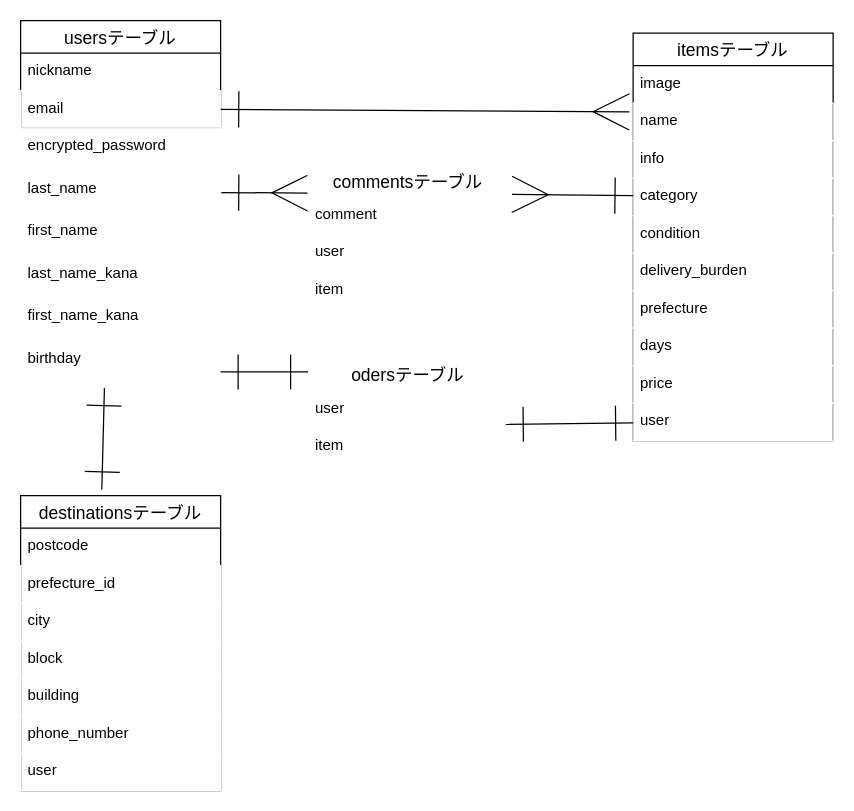
The draw.io diagram ER.dio in itsuto/furima-37896, before the edit. Source tidied: cells renumbered, new cells numbered last; positions are measured from the earlier drawing's top-left corner, leaving out a move shared by most shapes. Both pictures are drawn from the tidied source at 125%, with x=0, y=0 at pixel (20, 20).
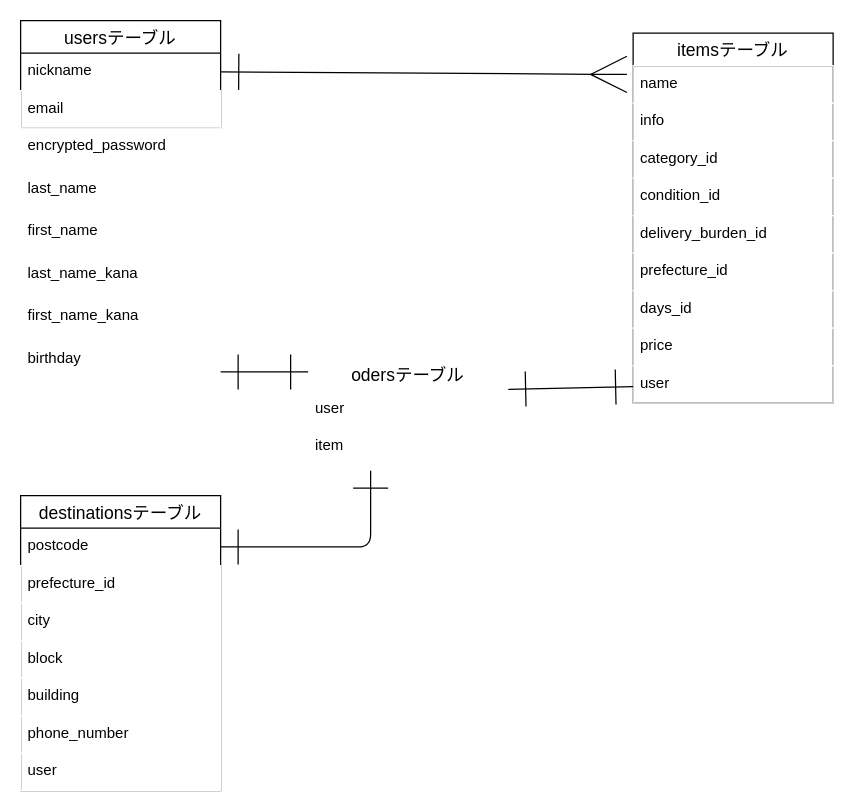
The same diagram, later.

Unchanged cells that the change refers to:
```xml
<mxCell id="3" value="nickname" style="text;strokeColor=none;fillColor=none;spacingLeft=4;spacingRight=4;overflow=hidden;points=[[0,0.5],[1,0.5]];portConstraint=eastwest;fontSize=12;" parent="2" vertex="1">
  <mxGeometry y="26" width="160" height="30" as="geometry" />
</mxCell>
<mxCell id="4" value="email" style="text;strokeColor=#FFFFFF;fillColor=none;spacingLeft=4;spacingRight=4;overflow=hidden;points=[[0,0.5],[1,0.5]];portConstraint=eastwest;fontSize=12;" parent="2" vertex="1">
  <mxGeometry y="56" width="160" height="30" as="geometry" />
</mxCell>
<mxCell id="7" value="last_name" style="text;strokeColor=#FFFFFF;fillColor=none;spacingLeft=4;spacingRight=4;overflow=hidden;points=[[0,0.5],[1,0.5]];portConstraint=eastwest;fontSize=12;" parent="1" vertex="1">
  <mxGeometry y="120" width="160" height="34" as="geometry" />
</mxCell>
<mxCell id="11" value="birthday" style="text;strokeColor=#FFFFFF;fillColor=none;spacingLeft=4;spacingRight=4;overflow=hidden;points=[[0,0.5],[1,0.5]];portConstraint=eastwest;fontSize=12;" parent="1" vertex="1">
  <mxGeometry y="256" width="160" height="34" as="geometry" />
</mxCell>
<mxCell id="27" value="destinationsテーブル" style="swimlane;fontStyle=0;horizontal=1;startSize=26;align=center;fontSize=14;" parent="1" vertex="1">
  <mxGeometry y="380" width="160" height="236" as="geometry" />
</mxCell>
<mxCell id="28" value="postcode" style="text;strokeColor=none;fillColor=none;spacingLeft=4;spacingRight=4;overflow=hidden;points=[[0,0.5],[1,0.5]];portConstraint=eastwest;fontSize=12;" parent="27" vertex="1">
  <mxGeometry y="26" width="160" height="30" as="geometry" />
</mxCell>
<mxCell id="37" value="user" style="text;strokeColor=none;fillColor=none;spacingLeft=4;spacingRight=4;overflow=hidden;points=[[0,0.5],[1,0.5]];portConstraint=eastwest;fontSize=12;fontFamily=Helvetica;fontColor=default;" parent="36" vertex="1">
  <mxGeometry y="26" width="160" height="30" as="geometry" />
</mxCell>
<mxCell id="38" value="item" style="text;strokeColor=none;fillColor=none;spacingLeft=4;spacingRight=4;overflow=hidden;points=[[0,0.5],[1,0.5]];portConstraint=eastwest;fontSize=12;fontFamily=Helvetica;fontColor=default;" parent="36" vertex="1">
  <mxGeometry y="56" width="160" height="30" as="geometry" />
</mxCell>
```

Diff of the diagram source:
```diff
@@
-    <mxCell id="6" style="edgeStyle=none;rounded=1;html=1;entryX=0;entryY=0.198;entryDx=0;entryDy=0;entryPerimeter=0;labelBackgroundColor=default;fontFamily=Helvetica;fontSize=11;fontColor=default;startArrow=ERone;startFill=0;endArrow=ERmany;endFill=0;startSize=27;endSize=27;sourcePerimeterSpacing=0;strokeColor=default;strokeWidth=1;" parent="1" edge="1" source="7" target="23">
-      <mxGeometry relative="1" as="geometry" />
-    </mxCell>
@@
     <mxCell id="12" value="itemsテーブル" style="swimlane;fontStyle=0;horizontal=1;startSize=26;align=center;fontSize=14;" parent="1" vertex="1">
-      <mxGeometry x="490" y="10" width="160" height="326" as="geometry" />
+      <mxGeometry x="490" y="10" width="160" height="296" as="geometry" />
     </mxCell>
-    <mxCell id="13" value="image" style="text;strokeColor=none;fillColor=none;spacingLeft=4;spacingRight=4;overflow=hidden;fontSize=12;" parent="12" vertex="1">
-      <mxGeometry y="26" width="160" height="30" as="geometry" />
-    </mxCell>
     <mxCell id="14" value="name" style="text;strokeColor=#FFFFFF;fillColor=none;spacingLeft=4;spacingRight=4;overflow=hidden;points=[[0,0.5],[1,0.5]];portConstraint=eastwest;fontSize=12;" parent="12" vertex="1">
-      <mxGeometry y="56" width="160" height="30" as="geometry" />
+      <mxGeometry y="26" width="160" height="30" as="geometry" />
     </mxCell>
     <mxCell id="15" value="info   " style="text;strokeColor=#FFFFFF;fillColor=none;spacingLeft=4;spacingRight=4;overflow=hidden;fontSize=12;" parent="12" vertex="1">
-      <mxGeometry y="86" width="160" height="30" as="geometry" />
+      <mxGeometry y="56" width="160" height="30" as="geometry" />
     </mxCell>
-    <mxCell id="16" value="category" style="text;strokeColor=#FFFFFF;fillColor=none;spacingLeft=4;spacingRight=4;overflow=hidden;points=[[0,0.5],[1,0.5]];portConstraint=eastwest;fontSize=12;" parent="12" vertex="1">
-      <mxGeometry y="116" width="160" height="30" as="geometry" />
+    <mxCell id="16" value="category_id" style="text;strokeColor=#FFFFFF;fillColor=none;spacingLeft=4;spacingRight=4;overflow=hidden;points=[[0,0.5],[1,0.5]];portConstraint=eastwest;fontSize=12;" parent="12" vertex="1">
+      <mxGeometry y="86" width="160" height="30" as="geometry" />
     </mxCell>
-    <mxCell id="17" value="condition" style="text;strokeColor=#FFFFFF;fillColor=none;spacingLeft=4;spacingRight=4;overflow=hidden;fontSize=12;" parent="12" vertex="1">
-      <mxGeometry y="146" width="160" height="30" as="geometry" />
+    <mxCell id="17" value="condition_id" style="text;strokeColor=#FFFFFF;fillColor=none;spacingLeft=4;spacingRight=4;overflow=hidden;fontSize=12;" parent="12" vertex="1">
+      <mxGeometry y="116" width="160" height="30" as="geometry" />
     </mxCell>
-    <mxCell id="18" value="delivery_burden" style="text;strokeColor=#FFFFFF;fillColor=none;spacingLeft=4;spacingRight=4;overflow=hidden;fontSize=12;" parent="12" vertex="1">
-      <mxGeometry y="176" width="160" height="30" as="geometry" />
+    <mxCell id="18" value="delivery_burden_id" style="text;strokeColor=#FFFFFF;fillColor=none;spacingLeft=4;spacingRight=4;overflow=hidden;fontSize=12;" parent="12" vertex="1">
+      <mxGeometry y="146" width="160" height="30" as="geometry" />
     </mxCell>
-    <mxCell id="19" value="prefecture" style="text;strokeColor=#FFFFFF;fillColor=none;spacingLeft=4;spacingRight=4;overflow=hidden;fontSize=12;" parent="12" vertex="1">
-      <mxGeometry y="206" width="160" height="30" as="geometry" />
+    <mxCell id="19" value="prefecture_id" style="text;strokeColor=#FFFFFF;fillColor=none;spacingLeft=4;spacingRight=4;overflow=hidden;fontSize=12;" parent="12" vertex="1">
+      <mxGeometry y="176" width="160" height="30" as="geometry" />
     </mxCell>
-    <mxCell id="20" value="days" style="text;strokeColor=#FFFFFF;fillColor=none;spacingLeft=4;spacingRight=4;overflow=hidden;fontSize=12;" parent="12" vertex="1">
-      <mxGeometry y="236" width="160" height="30" as="geometry" />
+    <mxCell id="20" value="days_id" style="text;strokeColor=#FFFFFF;fillColor=none;spacingLeft=4;spacingRight=4;overflow=hidden;fontSize=12;" parent="12" vertex="1">
+      <mxGeometry y="206" width="160" height="30" as="geometry" />
     </mxCell>
     <mxCell id="21" value="price" style="text;strokeColor=#FFFFFF;fillColor=none;spacingLeft=4;spacingRight=4;overflow=hidden;fontSize=12;" parent="12" vertex="1">
-      <mxGeometry y="266" width="160" height="30" as="geometry" />
+      <mxGeometry y="236" width="160" height="30" as="geometry" />
     </mxCell>
     <mxCell id="22" value="user" style="text;strokeColor=#FFFFFF;fillColor=none;spacingLeft=4;spacingRight=4;overflow=hidden;points=[[0,0.5],[1,0.5]];portConstraint=eastwest;fontSize=12;" parent="12" vertex="1">
-      <mxGeometry y="296" width="160" height="30" as="geometry" />
+      <mxGeometry y="266" width="160" height="30" as="geometry" />
     </mxCell>
-    <mxCell id="23" value="commentsテーブル" style="swimlane;fontStyle=0;horizontal=1;startSize=26;align=center;fontSize=14;strokeColor=#FFFFFF;" parent="1" vertex="1">
-      <mxGeometry x="230" y="115" width="160" height="116" as="geometry" />
-    </mxCell>
-    <mxCell id="24" value="comment" style="text;strokeColor=none;fillColor=none;spacingLeft=4;spacingRight=4;overflow=hidden;points=[[0,0.5],[1,0.5]];portConstraint=eastwest;fontSize=12;" parent="23" vertex="1">
-      <mxGeometry y="26" width="160" height="30" as="geometry" />
-    </mxCell>
-    <mxCell id="25" value="user" style="text;strokeColor=none;fillColor=none;spacingLeft=4;spacingRight=4;overflow=hidden;fontSize=12;" parent="23" vertex="1">
-      <mxGeometry y="56" width="160" height="30" as="geometry" />
-    </mxCell>
-    <mxCell id="26" value="item" style="text;strokeColor=none;fillColor=none;spacingLeft=4;spacingRight=4;overflow=hidden;fontSize=12;" parent="23" vertex="1">
-      <mxGeometry y="86" width="160" height="30" as="geometry" />
-    </mxCell>
@@
-    <mxCell id="35" style="edgeStyle=none;rounded=1;html=1;exitX=1;exitY=0.5;exitDx=0;exitDy=0;labelBackgroundColor=default;fontFamily=Helvetica;fontSize=11;fontColor=default;startArrow=ERone;startFill=0;endArrow=ERmany;endFill=0;startSize=27;endSize=27;sourcePerimeterSpacing=0;strokeColor=default;strokeWidth=1;entryX=-0.019;entryY=0.233;entryDx=0;entryDy=0;entryPerimeter=0;" parent="1" edge="1" source="4" target="14">
-      <mxGeometry relative="1" as="geometry" />
+    <mxCell id="35" style="edgeStyle=none;rounded=1;html=1;exitX=1;exitY=0.5;exitDx=0;exitDy=0;labelBackgroundColor=default;fontFamily=Helvetica;fontSize=11;fontColor=default;startArrow=ERone;startFill=0;endArrow=ERmany;endFill=0;startSize=27;endSize=27;sourcePerimeterSpacing=0;strokeColor=default;strokeWidth=1;entryX=-0.031;entryY=0.233;entryDx=0;entryDy=0;entryPerimeter=0;" parent="1" edge="1" source="3" target="14">
+      <mxGeometry relative="1" as="geometry">
+        <Array as="points">
+          <mxPoint x="470" y="43" />
+        </Array>
+      </mxGeometry>
     </mxCell>
@@
-    <mxCell id="39" style="edgeStyle=none;rounded=1;html=1;entryX=1.019;entryY=-0.067;entryDx=0;entryDy=0;entryPerimeter=0;labelBackgroundColor=default;fontFamily=Helvetica;fontSize=11;fontColor=default;startArrow=ERone;startFill=0;endArrow=ERmany;endFill=0;startSize=27;endSize=27;sourcePerimeterSpacing=0;strokeColor=default;strokeWidth=1;" parent="1" edge="1" source="16" target="24">
-      <mxGeometry relative="1" as="geometry" />
-    </mxCell>
-    <mxCell id="40" style="edgeStyle=none;html=1;entryX=0.988;entryY=-0.1;entryDx=0;entryDy=0;entryPerimeter=0;endArrow=ERone;endFill=0;startArrow=ERone;startFill=0;endSize=26;startSize=26;" parent="1" edge="1" source="22" target="38">
+    <mxCell id="40" style="edgeStyle=none;html=1;entryX=1;entryY=-0.033;entryDx=0;entryDy=0;entryPerimeter=0;endArrow=ERone;endFill=0;startArrow=ERone;startFill=0;endSize=26;startSize=26;" parent="1" edge="1" source="22" target="37">
       <mxGeometry relative="1" as="geometry" />
     </mxCell>
@@
-    <mxCell id="42" style="edgeStyle=none;html=1;entryX=0.419;entryY=1.118;entryDx=0;entryDy=0;entryPerimeter=0;endArrow=ERone;endFill=0;startArrow=ERone;startFill=0;endSize=26;startSize=26;exitX=0.406;exitY=-0.021;exitDx=0;exitDy=0;exitPerimeter=0;" parent="1" edge="1" source="27" target="11">
-      <mxGeometry relative="1" as="geometry" />
-    </mxCell>
+    <mxCell id="43" style="edgeStyle=none;html=1;exitX=1;exitY=0.5;exitDx=0;exitDy=0;startArrow=ERone;startFill=0;endArrow=ERone;endFill=0;startSize=26;endSize=26;fillColor=none;" parent="1" edge="1" source="28">
+      <mxGeometry relative="1" as="geometry">
+        <mxPoint x="280" y="360" as="targetPoint" />
+        <Array as="points">
+          <mxPoint x="280" y="421" />
+        </Array>
+      </mxGeometry>
+    </mxCell>
```
